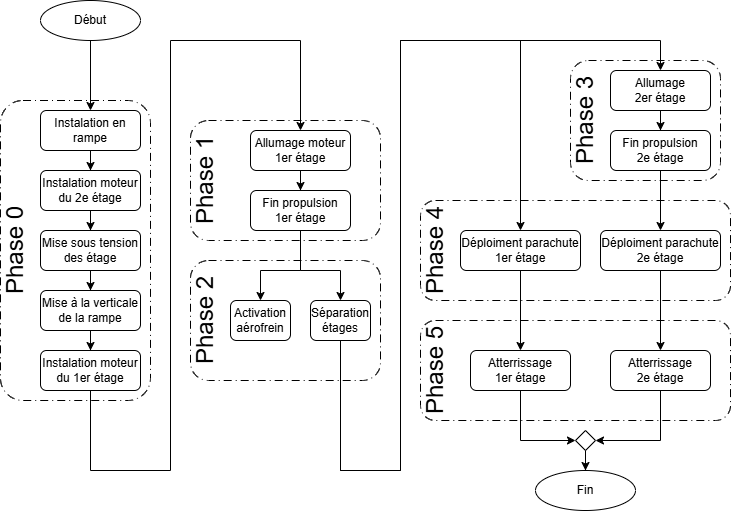
This is RAPPORT/DOSSIER SUIVI/figures/Phase_vol.drawio.png from povdoigt/SP-02, a draw.io export, as it was before one commit. Source tidied: cells renumbered, new cells last; positions are measured from the earlier drawing's top-left corner, leaving out a move shared by most shapes. Source of this version:
```xml
<mxGraphModel>
  <root>
    <mxCell id="0" />
    <mxCell id="1" parent="0" />
    <mxCell id="2" style="edgeStyle=orthogonalEdgeStyle;rounded=0;jettySize=auto;html=1;entryX=0.5;entryY=0;entryDx=0;entryDy=0;" parent="1" edge="1" source="3" target="5">
      <mxGeometry relative="1" as="geometry" />
    </mxCell>
    <mxCell id="3" value="Début" style="ellipse;whiteSpace=wrap;html=1;" parent="1" vertex="1">
      <mxGeometry x="80" width="100" height="40" as="geometry" />
    </mxCell>
    <mxCell id="4" style="edgeStyle=orthogonalEdgeStyle;rounded=0;jettySize=auto;html=1;entryX=0.5;entryY=0;entryDx=0;entryDy=0;" parent="1" edge="1" source="5" target="7">
      <mxGeometry relative="1" as="geometry" />
    </mxCell>
    <mxCell id="5" value="Instalation en rampe" style="rounded=1;whiteSpace=wrap;html=1;" parent="1" vertex="1">
      <mxGeometry x="80" y="110" width="100" height="40" as="geometry" />
    </mxCell>
    <mxCell id="6" style="edgeStyle=orthogonalEdgeStyle;rounded=0;jettySize=auto;html=1;entryX=0.5;entryY=0;entryDx=0;entryDy=0;" parent="1" edge="1" source="7" target="8">
      <mxGeometry relative="1" as="geometry" />
    </mxCell>
    <mxCell id="7" value="Instalation moteur du 2e étage" style="rounded=1;whiteSpace=wrap;html=1;" parent="1" vertex="1">
      <mxGeometry x="80" y="170" width="100" height="40" as="geometry" />
    </mxCell>
    <mxCell id="8" value="Mise sous tension des étage" style="rounded=1;whiteSpace=wrap;html=1;" parent="1" vertex="1">
      <mxGeometry x="80" y="230" width="100" height="40" as="geometry" />
    </mxCell>
    <mxCell id="9" style="edgeStyle=orthogonalEdgeStyle;rounded=0;jettySize=auto;html=1;entryX=0.5;entryY=0;entryDx=0;entryDy=0;" parent="1" edge="1" source="10" target="12">
      <mxGeometry relative="1" as="geometry" />
    </mxCell>
    <mxCell id="10" value="Mise à la verticale de la rampe" style="rounded=1;whiteSpace=wrap;html=1;" parent="1" vertex="1">
      <mxGeometry x="80" y="290" width="100" height="40" as="geometry" />
    </mxCell>
    <mxCell id="11" style="edgeStyle=orthogonalEdgeStyle;rounded=0;jettySize=auto;html=1;entryX=0.5;entryY=0;entryDx=0;entryDy=0;" parent="1" edge="1" source="12" target="17">
      <mxGeometry relative="1" as="geometry">
        <Array as="points">
          <mxPoint x="130" y="470" />
          <mxPoint x="210" y="470" />
          <mxPoint x="210" y="40" />
          <mxPoint x="340" y="40" />
        </Array>
      </mxGeometry>
    </mxCell>
    <mxCell id="12" value="Instalation moteur du 1er étage" style="rounded=1;whiteSpace=wrap;html=1;" parent="1" vertex="1">
      <mxGeometry x="80" y="350" width="100" height="40" as="geometry" />
    </mxCell>
    <mxCell id="13" style="edgeStyle=orthogonalEdgeStyle;rounded=0;jettySize=auto;html=1;" parent="1" edge="1" source="8">
      <mxGeometry relative="1" as="geometry">
        <mxPoint x="130" y="290" as="targetPoint" />
      </mxGeometry>
    </mxCell>
    <mxCell id="14" style="rounded=1;whiteSpace=wrap;html=1;dashed=1;dashPattern=8 4 1 4;fillColor=none;" parent="1" vertex="1">
      <mxGeometry x="40" y="100" width="150" height="300" as="geometry" />
    </mxCell>
    <mxCell id="15" value="&lt;font style=&quot;font-size: 24px;&quot;&gt;Phase 0&lt;/font&gt;" style="text;html=1;whiteSpace=wrap;strokeColor=none;fillColor=none;align=center;verticalAlign=middle;rounded=0;rotation=270;" parent="1" vertex="1">
      <mxGeometry y="235" width="110" height="30" as="geometry" />
    </mxCell>
    <mxCell id="16" style="edgeStyle=orthogonalEdgeStyle;rounded=0;jettySize=auto;html=1;entryX=0.5;entryY=0;entryDx=0;entryDy=0;" parent="1" edge="1" source="17" target="20">
      <mxGeometry relative="1" as="geometry" />
    </mxCell>
    <mxCell id="17" value="Allumage moteur 1er étage" style="rounded=1;whiteSpace=wrap;html=1;" parent="1" vertex="1">
      <mxGeometry x="290" y="130" width="100" height="40" as="geometry" />
    </mxCell>
    <mxCell id="18" style="edgeStyle=orthogonalEdgeStyle;rounded=0;jettySize=auto;html=1;entryX=0.5;entryY=0;entryDx=0;entryDy=0;" parent="1" edge="1" source="20" target="24">
      <mxGeometry relative="1" as="geometry">
        <Array as="points">
          <mxPoint x="340" y="270" />
          <mxPoint x="300" y="270" />
        </Array>
      </mxGeometry>
    </mxCell>
    <mxCell id="19" style="edgeStyle=orthogonalEdgeStyle;rounded=0;jettySize=auto;html=1;entryX=0.5;entryY=0;entryDx=0;entryDy=0;" parent="1" edge="1" source="20" target="23">
      <mxGeometry relative="1" as="geometry">
        <Array as="points">
          <mxPoint x="340" y="270" />
          <mxPoint x="380" y="270" />
        </Array>
      </mxGeometry>
    </mxCell>
    <mxCell id="20" value="Fin propulsion&lt;br&gt;1er étage" style="rounded=1;whiteSpace=wrap;html=1;" parent="1" vertex="1">
      <mxGeometry x="290" y="190" width="100" height="40" as="geometry" />
    </mxCell>
    <mxCell id="21" style="edgeStyle=orthogonalEdgeStyle;rounded=0;jettySize=auto;html=1;entryX=0.5;entryY=0;entryDx=0;entryDy=0;" parent="1" edge="1" source="23" target="26">
      <mxGeometry relative="1" as="geometry">
        <Array as="points">
          <mxPoint x="380" y="470" />
          <mxPoint x="440" y="470" />
          <mxPoint x="440" y="40" />
          <mxPoint x="700" y="40" />
        </Array>
      </mxGeometry>
    </mxCell>
    <mxCell id="22" style="edgeStyle=orthogonalEdgeStyle;rounded=0;jettySize=auto;html=1;entryX=0.5;entryY=0;entryDx=0;entryDy=0;" parent="1" edge="1" source="23" target="28">
      <mxGeometry relative="1" as="geometry">
        <Array as="points">
          <mxPoint x="380" y="470" />
          <mxPoint x="440" y="470" />
          <mxPoint x="440" y="40" />
          <mxPoint x="560" y="40" />
        </Array>
      </mxGeometry>
    </mxCell>
    <mxCell id="23" value="Séparation&lt;br&gt;étages" style="rounded=1;whiteSpace=wrap;html=1;" parent="1" vertex="1">
      <mxGeometry x="350" y="300" width="60" height="40" as="geometry" />
    </mxCell>
    <mxCell id="24" value="Activation aérofrein" style="rounded=1;whiteSpace=wrap;html=1;" parent="1" vertex="1">
      <mxGeometry x="270" y="300" width="60" height="40" as="geometry" />
    </mxCell>
    <mxCell id="25" style="edgeStyle=orthogonalEdgeStyle;rounded=0;jettySize=auto;html=1;entryX=0.5;entryY=0;entryDx=0;entryDy=0;" parent="1" edge="1" source="26" target="32">
      <mxGeometry relative="1" as="geometry" />
    </mxCell>
    <mxCell id="26" value="Allumage&lt;br&gt;2er étage" style="rounded=1;whiteSpace=wrap;html=1;" parent="1" vertex="1">
      <mxGeometry x="650" y="70" width="100" height="40" as="geometry" />
    </mxCell>
    <mxCell id="27" style="edgeStyle=orthogonalEdgeStyle;rounded=0;jettySize=auto;html=1;entryX=0.5;entryY=0;entryDx=0;entryDy=0;" parent="1" edge="1" source="28" target="36">
      <mxGeometry relative="1" as="geometry" />
    </mxCell>
    <mxCell id="28" value="Déploiment parachute 1er étage" style="rounded=1;whiteSpace=wrap;html=1;" parent="1" vertex="1">
      <mxGeometry x="500" y="230" width="120" height="40" as="geometry" />
    </mxCell>
    <mxCell id="29" style="rounded=1;whiteSpace=wrap;html=1;dashed=1;dashPattern=8 4 1 4;fillColor=none;" parent="1" vertex="1">
      <mxGeometry x="230" y="120" width="190" height="120" as="geometry" />
    </mxCell>
    <mxCell id="30" value="&lt;font style=&quot;font-size: 24px;&quot;&gt;Phase 1&lt;/font&gt;" style="text;html=1;whiteSpace=wrap;strokeColor=none;fillColor=none;align=center;verticalAlign=middle;rounded=0;rotation=270;" parent="1" vertex="1">
      <mxGeometry x="190" y="165" width="110" height="30" as="geometry" />
    </mxCell>
    <mxCell id="31" style="edgeStyle=orthogonalEdgeStyle;rounded=0;jettySize=auto;html=1;entryX=0.5;entryY=0;entryDx=0;entryDy=0;" parent="1" edge="1" source="32" target="34">
      <mxGeometry relative="1" as="geometry" />
    </mxCell>
    <mxCell id="32" value="Fin propulsion&lt;br&gt;2e étage" style="rounded=1;whiteSpace=wrap;html=1;" parent="1" vertex="1">
      <mxGeometry x="650" y="130" width="100" height="40" as="geometry" />
    </mxCell>
    <mxCell id="33" style="edgeStyle=orthogonalEdgeStyle;rounded=0;jettySize=auto;html=1;entryX=0.5;entryY=0;entryDx=0;entryDy=0;" parent="1" edge="1" source="34" target="38">
      <mxGeometry relative="1" as="geometry" />
    </mxCell>
    <mxCell id="34" value="Déploiment parachute 2e étage" style="rounded=1;whiteSpace=wrap;html=1;" parent="1" vertex="1">
      <mxGeometry x="640" y="230" width="120" height="40" as="geometry" />
    </mxCell>
    <mxCell id="35" style="edgeStyle=orthogonalEdgeStyle;rounded=0;jettySize=auto;html=1;entryX=0;entryY=0.5;entryDx=0;entryDy=0;" parent="1" edge="1" source="36" target="49">
      <mxGeometry relative="1" as="geometry">
        <Array as="points">
          <mxPoint x="560" y="440" />
        </Array>
      </mxGeometry>
    </mxCell>
    <mxCell id="36" value="Atterrissage&lt;br&gt;1er étage" style="rounded=1;whiteSpace=wrap;html=1;" parent="1" vertex="1">
      <mxGeometry x="510" y="350" width="100" height="40" as="geometry" />
    </mxCell>
    <mxCell id="37" style="edgeStyle=orthogonalEdgeStyle;rounded=0;jettySize=auto;html=1;entryX=1;entryY=0.5;entryDx=0;entryDy=0;" parent="1" edge="1" source="38" target="49">
      <mxGeometry relative="1" as="geometry">
        <Array as="points">
          <mxPoint x="700" y="440" />
        </Array>
      </mxGeometry>
    </mxCell>
    <mxCell id="38" value="Atterrissage&lt;br&gt;2e étage" style="rounded=1;whiteSpace=wrap;html=1;" parent="1" vertex="1">
      <mxGeometry x="650" y="350" width="100" height="40" as="geometry" />
    </mxCell>
    <mxCell id="39" style="rounded=1;whiteSpace=wrap;html=1;dashed=1;dashPattern=8 4 1 4;fillColor=none;" parent="1" vertex="1">
      <mxGeometry x="230" y="260" width="190" height="120" as="geometry" />
    </mxCell>
    <mxCell id="40" value="&lt;font style=&quot;font-size: 24px;&quot;&gt;Phase 2&lt;/font&gt;" style="text;html=1;whiteSpace=wrap;strokeColor=none;fillColor=none;align=center;verticalAlign=middle;rounded=0;rotation=270;" parent="1" vertex="1">
      <mxGeometry x="190" y="305" width="110" height="30" as="geometry" />
    </mxCell>
    <mxCell id="41" style="rounded=1;whiteSpace=wrap;html=1;dashed=1;dashPattern=8 4 1 4;fillColor=none;" parent="1" vertex="1">
      <mxGeometry x="610" y="60" width="150" height="120" as="geometry" />
    </mxCell>
    <mxCell id="42" value="&lt;font style=&quot;font-size: 24px;&quot;&gt;Phase 3&lt;/font&gt;" style="text;html=1;whiteSpace=wrap;strokeColor=none;fillColor=none;align=center;verticalAlign=middle;rounded=0;rotation=270;" parent="1" vertex="1">
      <mxGeometry x="570" y="105" width="110" height="30" as="geometry" />
    </mxCell>
    <mxCell id="43" style="rounded=1;whiteSpace=wrap;html=1;dashed=1;dashPattern=8 4 1 4;fillColor=none;" parent="1" vertex="1">
      <mxGeometry x="460" y="200" width="310" height="100" as="geometry" />
    </mxCell>
    <mxCell id="44" value="&lt;font style=&quot;font-size: 24px;&quot;&gt;Phase 4&lt;/font&gt;" style="text;html=1;whiteSpace=wrap;strokeColor=none;fillColor=none;align=center;verticalAlign=middle;rounded=0;rotation=270;" parent="1" vertex="1">
      <mxGeometry x="420" y="235" width="110" height="30" as="geometry" />
    </mxCell>
    <mxCell id="45" style="rounded=1;whiteSpace=wrap;html=1;dashed=1;dashPattern=8 4 1 4;fillColor=none;" parent="1" vertex="1">
      <mxGeometry x="460" y="320" width="310" height="100" as="geometry" />
    </mxCell>
    <mxCell id="46" value="&lt;font style=&quot;font-size: 24px;&quot;&gt;Phase 5&lt;/font&gt;" style="text;html=1;whiteSpace=wrap;strokeColor=none;fillColor=none;align=center;verticalAlign=middle;rounded=0;rotation=270;" parent="1" vertex="1">
      <mxGeometry x="420" y="355" width="110" height="30" as="geometry" />
    </mxCell>
    <mxCell id="47" value="Fin" style="ellipse;whiteSpace=wrap;html=1;" parent="1" vertex="1">
      <mxGeometry x="575" y="470" width="100" height="40" as="geometry" />
    </mxCell>
    <mxCell id="48" style="edgeStyle=orthogonalEdgeStyle;rounded=0;jettySize=auto;html=1;entryX=0.5;entryY=0;entryDx=0;entryDy=0;" parent="1" edge="1" source="49" target="47">
      <mxGeometry relative="1" as="geometry" />
    </mxCell>
    <mxCell id="49" style="rhombus;whiteSpace=wrap;html=1;" parent="1" vertex="1">
      <mxGeometry x="615" y="430" width="20" height="20" as="geometry" />
    </mxCell>
  </root>
</mxGraphModel>
```
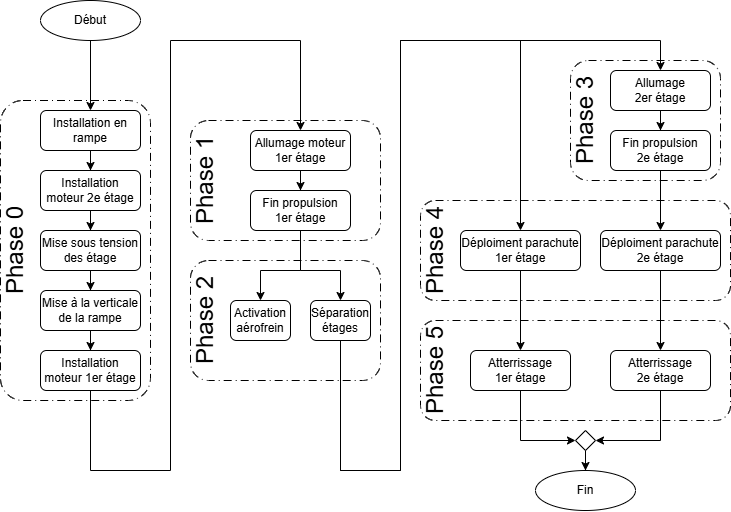
Above is the later version.

Change to the diagram source:
```diff
@@ -11,13 +11,13 @@
     <mxCell id="4" style="edgeStyle=orthogonalEdgeStyle;rounded=0;jettySize=auto;html=1;entryX=0.5;entryY=0;entryDx=0;entryDy=0;" parent="1" edge="1" source="5" target="7">
       <mxGeometry relative="1" as="geometry" />
     </mxCell>
-    <mxCell id="5" value="Instalation en rampe" style="rounded=1;whiteSpace=wrap;html=1;" parent="1" vertex="1">
+    <mxCell id="5" value="Installation en rampe" style="rounded=1;whiteSpace=wrap;html=1;" parent="1" vertex="1">
       <mxGeometry x="80" y="110" width="100" height="40" as="geometry" />
     </mxCell>
     <mxCell id="6" style="edgeStyle=orthogonalEdgeStyle;rounded=0;jettySize=auto;html=1;entryX=0.5;entryY=0;entryDx=0;entryDy=0;" parent="1" edge="1" source="7" target="8">
       <mxGeometry relative="1" as="geometry" />
     </mxCell>
-    <mxCell id="7" value="Instalation moteur du 2e étage" style="rounded=1;whiteSpace=wrap;html=1;" parent="1" vertex="1">
+    <mxCell id="7" value="Installation moteur 2e étage" style="rounded=1;whiteSpace=wrap;html=1;" parent="1" vertex="1">
       <mxGeometry x="80" y="170" width="100" height="40" as="geometry" />
     </mxCell>
     <mxCell id="8" value="Mise sous tension des étage" style="rounded=1;whiteSpace=wrap;html=1;" parent="1" vertex="1">
@@ -39,7 +39,7 @@
         </Array>
       </mxGeometry>
     </mxCell>
-    <mxCell id="12" value="Instalation moteur du 1er étage" style="rounded=1;whiteSpace=wrap;html=1;" parent="1" vertex="1">
+    <mxCell id="12" value="Installation moteur 1er étage" style="rounded=1;whiteSpace=wrap;html=1;" parent="1" vertex="1">
       <mxGeometry x="80" y="350" width="100" height="40" as="geometry" />
     </mxCell>
     <mxCell id="13" style="edgeStyle=orthogonalEdgeStyle;rounded=0;jettySize=auto;html=1;" parent="1" edge="1" source="8">
```
